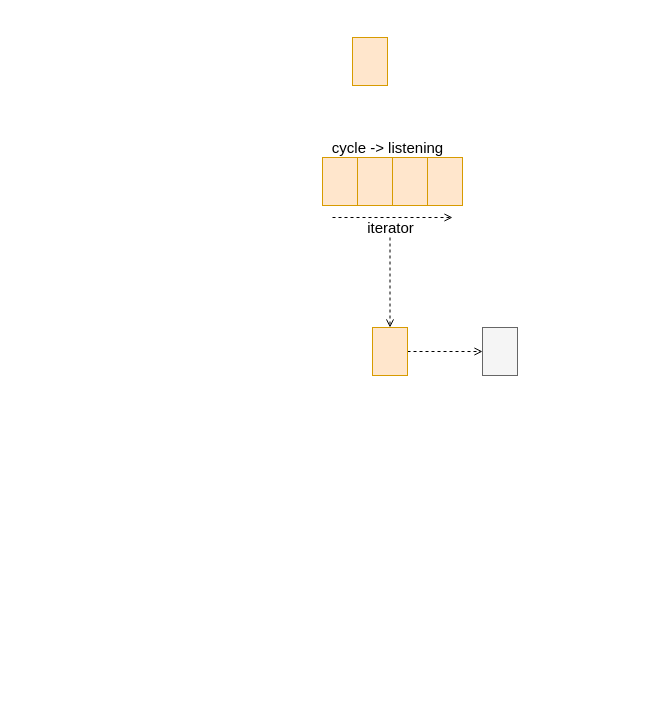
The draw.io diagram page "listening event" (2 of 4) of nginx/ngx_connection.drawio in dovics/draw.io, before the edit. Source tidied: cells renumbered, new cells numbered last; positions are measured from the earlier drawing's top-left corner, leaving out a move shared by most shapes. Both pictures are drawn from the tidied source at 100%, with x=0, y=0 at pixel (322, 37).
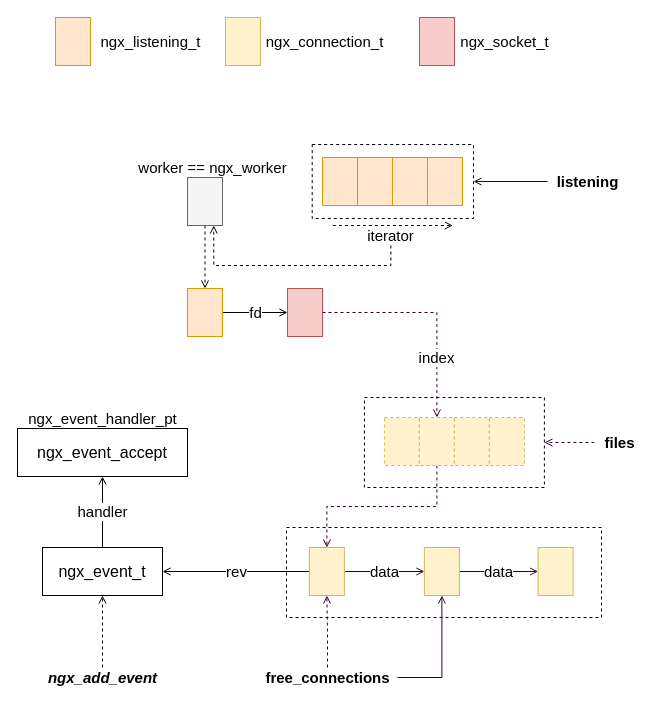
Above is the later version.

Change to the diagram source:
```diff
@@
+    <mxCell id="14" style="rounded=0;whiteSpace=wrap;html=1;strokeWidth=1;fontSize=16;dashed=1;fontFamily=Helvetica;fillColor=none;" parent="1" vertex="1">
+      <mxGeometry x="-36" y="490" width="315" height="90" as="geometry" />
+    </mxCell>
+    <mxCell id="15" style="rounded=0;whiteSpace=wrap;html=1;fontFamily=Helvetica;fontSize=15;strokeWidth=1;fillColor=none;dashed=1;" parent="1" vertex="1">
+      <mxGeometry x="41.9" y="360" width="180" height="90" as="geometry" />
+    </mxCell>
@@
     <mxCell id="6" style="rounded=0;whiteSpace=wrap;html=1;strokeWidth=1;fontSize=16;fillColor=#ffe6cc;strokeColor=#d79b00;" parent="1" vertex="1">
-      <mxGeometry x="30" width="35" height="48" as="geometry" />
+      <mxGeometry x="-267" y="-20" width="35" height="48" as="geometry" />
     </mxCell>
+    <mxCell id="16" style="edgeStyle=orthogonalEdgeStyle;rounded=0;jettySize=auto;html=1;fontFamily=Helvetica;fontSize=15;startArrow=none;startFill=0;endArrow=open;endFill=0;strokeColor=#330033;" parent="1" edge="1" source="7" target="51">
+      <mxGeometry relative="1" as="geometry" />
+    </mxCell>
-    <mxCell id="7" value="cycle -&amp;gt; listening" style="text;html=1;align=center;verticalAlign=middle;points=[];strokeColor=none;fillColor=none;fontSize=15;" parent="1" vertex="1">
-      <mxGeometry y="100" width="130" height="20" as="geometry" />
+    <mxCell id="7" value="listening" style="text;html=1;align=center;verticalAlign=middle;points=[];strokeColor=none;fillColor=none;fontSize=15;fontStyle=1;" parent="1" vertex="1">
+      <mxGeometry x="225" y="134" width="80" height="20" as="geometry" />
     </mxCell>
     <mxCell id="8" style="edgeStyle=segmentEdgeStyle;endArrow=open;html=1;rounded=0;dashed=1;fontSize=15;endFill=0;" parent="1" edge="1">
       <mxGeometry relative="1" as="geometry">
-        <mxPoint x="10" y="180" as="sourcePoint" />
-        <mxPoint x="130" y="180" as="targetPoint" />
+        <mxPoint x="10.4" y="188" as="sourcePoint" />
+        <mxPoint x="130.4" y="188" as="targetPoint" />
       </mxGeometry>
     </mxCell>
-    <mxCell id="9" style="edgeStyle=orthogonalEdgeStyle;rounded=0;jettySize=auto;html=1;exitX=1;exitY=0.5;exitDx=0;exitDy=0;entryX=0;entryY=0.5;entryDx=0;entryDy=0;dashed=1;fontSize=15;endArrow=open;endFill=0;" parent="1" edge="1" source="10" target="13">
-      <mxGeometry relative="1" as="geometry" />
-    </mxCell>
-    <mxCell id="10" style="rounded=0;whiteSpace=wrap;html=1;strokeWidth=1;fontSize=16;strokeColor=#d79b00;fillColor=#ffe6cc;" parent="1" vertex="1">
-      <mxGeometry x="50" y="290" width="35" height="48" as="geometry" />
-    </mxCell>
-    <mxCell id="11" style="edgeStyle=orthogonalEdgeStyle;rounded=0;jettySize=auto;html=1;dashed=1;fontSize=15;endArrow=open;endFill=0;" parent="1" edge="1" source="12" target="10">
+    <mxCell id="11" style="edgeStyle=orthogonalEdgeStyle;rounded=0;jettySize=auto;html=1;dashed=1;fontSize=15;endArrow=open;endFill=0;exitX=0.508;exitY=1;exitDx=0;exitDy=0;exitPerimeter=0;entryX=0.75;entryY=1;entryDx=0;entryDy=0;" parent="1" edge="1" source="12" target="18">
       <mxGeometry relative="1" as="geometry" />
     </mxCell>
     <mxCell id="12" value="iterator" style="text;html=1;align=center;verticalAlign=middle;points=[];strokeColor=none;fillColor=none;fontSize=15;" parent="1" vertex="1">
-      <mxGeometry x="37.5" y="180" width="60" height="20" as="geometry" />
+      <mxGeometry x="37.9" y="188" width="60" height="20" as="geometry" />
     </mxCell>
-    <mxCell id="13" style="rounded=0;whiteSpace=wrap;html=1;strokeWidth=1;fontSize=16;fillColor=#f5f5f5;strokeColor=#666666;fontColor=#333333;" parent="1" vertex="1">
-      <mxGeometry x="160" y="290" width="35" height="48" as="geometry" />
-    </mxCell>
+    <mxCell id="17" style="edgeStyle=orthogonalEdgeStyle;rounded=0;jettySize=auto;html=1;exitX=0.5;exitY=1;exitDx=0;exitDy=0;entryX=0.5;entryY=0;entryDx=0;entryDy=0;endArrow=open;endFill=0;dashed=1;" parent="1" edge="1" source="18" target="20">
+      <mxGeometry relative="1" as="geometry" />
+    </mxCell>
+    <mxCell id="18" style="rounded=0;whiteSpace=wrap;html=1;strokeWidth=1;fontSize=16;fillColor=#f5f5f5;strokeColor=#666666;fontColor=#333333;" parent="1" vertex="1">
+      <mxGeometry x="-135" y="140" width="35" height="48" as="geometry" />
+    </mxCell>
+    <mxCell id="19" value="fd" style="edgeStyle=orthogonalEdgeStyle;rounded=0;jettySize=auto;html=1;exitX=1;exitY=0.5;exitDx=0;exitDy=0;entryX=0;entryY=0.5;entryDx=0;entryDy=0;fontSize=15;endArrow=open;endFill=0;" parent="1" edge="1" source="20" target="23">
+      <mxGeometry relative="1" as="geometry" />
+    </mxCell>
+    <mxCell id="20" style="rounded=0;whiteSpace=wrap;html=1;strokeWidth=1;fontSize=16;fillColor=#ffe6cc;strokeColor=#d79b00;" parent="1" vertex="1">
+      <mxGeometry x="-135" y="251" width="35" height="48" as="geometry" />
+    </mxCell>
+    <mxCell id="21" value="worker == ngx_worker" style="text;html=1;align=center;verticalAlign=middle;strokeColor=none;fillColor=none;fontSize=15;" parent="1" vertex="1">
+      <mxGeometry x="-190" y="120" width="160" height="20" as="geometry" />
+    </mxCell>
+    <mxCell id="22" value="index" style="edgeStyle=orthogonalEdgeStyle;rounded=0;jettySize=auto;html=1;exitX=1;exitY=0.5;exitDx=0;exitDy=0;fontFamily=Helvetica;fontSize=15;startArrow=none;startFill=0;endArrow=open;endFill=0;strokeColor=#330033;dashed=1;entryX=0.5;entryY=0;entryDx=0;entryDy=0;" parent="1" edge="1" source="23" target="46">
+      <mxGeometry x="0.45" relative="1" as="geometry" />
+    </mxCell>
+    <mxCell id="23" style="rounded=0;whiteSpace=wrap;html=1;strokeWidth=1;fontSize=16;fillColor=#f8cecc;strokeColor=#b85450;" parent="1" vertex="1">
+      <mxGeometry x="-35" y="251" width="35" height="48" as="geometry" />
+    </mxCell>
+    <mxCell id="24" value="rev" style="edgeStyle=orthogonalEdgeStyle;rounded=0;jettySize=auto;html=1;exitX=0;exitY=0.5;exitDx=0;exitDy=0;entryX=1;entryY=0.5;entryDx=0;entryDy=0;fontSize=15;endArrow=open;endFill=0;" parent="1" edge="1" source="40" target="29">
+      <mxGeometry relative="1" as="geometry" />
+    </mxCell>
+    <mxCell id="25" style="rounded=0;whiteSpace=wrap;html=1;strokeWidth=1;fontSize=16;fillColor=#fff2cc;strokeColor=#d6b656;" parent="1" vertex="1">
+      <mxGeometry x="-97" y="-20" width="35" height="48" as="geometry" />
+    </mxCell>
+    <mxCell id="26" value="ngx_listening_t" style="text;html=1;align=center;verticalAlign=middle;strokeColor=none;fillColor=none;fontSize=15;" parent="1" vertex="1">
+      <mxGeometry x="-232" y="-6" width="120" height="20" as="geometry" />
+    </mxCell>
+    <mxCell id="27" value="ngx_connection_t" style="text;html=1;align=center;verticalAlign=middle;strokeColor=none;fillColor=none;fontSize=15;" parent="1" vertex="1">
+      <mxGeometry x="-63" y="-6" width="130" height="20" as="geometry" />
+    </mxCell>
+    <mxCell id="28" value="handler" style="edgeStyle=orthogonalEdgeStyle;rounded=0;jettySize=auto;html=1;exitX=0.5;exitY=0;exitDx=0;exitDy=0;entryX=0.5;entryY=1;entryDx=0;entryDy=0;fontSize=15;endArrow=open;endFill=0;" parent="1" edge="1" source="29" target="30">
+      <mxGeometry relative="1" as="geometry" />
+    </mxCell>
+    <mxCell id="29" value="ngx_event_t" style="rounded=0;whiteSpace=wrap;html=1;strokeWidth=1;fontSize=16;" parent="1" vertex="1">
+      <mxGeometry x="-280" y="510" width="120" height="48" as="geometry" />
+    </mxCell>
+    <mxCell id="30" value="ngx_event_accept" style="rounded=0;whiteSpace=wrap;html=1;strokeWidth=1;fontSize=16;" parent="1" vertex="1">
+      <mxGeometry x="-305" y="391" width="170" height="48" as="geometry" />
+    </mxCell>
+    <mxCell id="31" value="ngx_event_handler_pt" style="text;html=1;align=center;verticalAlign=middle;strokeColor=none;fillColor=none;fontSize=15;" parent="1" vertex="1">
+      <mxGeometry x="-300" y="371" width="160" height="20" as="geometry" />
+    </mxCell>
+    <mxCell id="32" style="edgeStyle=orthogonalEdgeStyle;rounded=0;jettySize=auto;html=1;dashed=1;fontSize=15;endArrow=open;endFill=0;entryX=0.5;entryY=1;entryDx=0;entryDy=0;" parent="1" edge="1" source="33" target="29">
+      <mxGeometry relative="1" as="geometry" />
+    </mxCell>
+    <mxCell id="33" value="ngx_add_event" style="text;html=1;align=center;verticalAlign=middle;points=[];strokeColor=none;fillColor=none;fontSize=15;fontStyle=3;" parent="1" vertex="1">
+      <mxGeometry x="-280" y="630" width="120" height="20" as="geometry" />
+    </mxCell>
+    <mxCell id="34" style="rounded=0;whiteSpace=wrap;html=1;strokeWidth=1;fontSize=16;fontFamily=Helvetica;fillColor=#f8cecc;strokeColor=#b85450;" parent="1" vertex="1">
+      <mxGeometry x="97" y="-20" width="35" height="48" as="geometry" />
+    </mxCell>
+    <mxCell id="35" value="ngx_socket_t" style="text;html=1;align=center;verticalAlign=middle;strokeColor=none;fillColor=none;fontSize=15;fontFamily=Helvetica;" parent="1" vertex="1">
+      <mxGeometry x="132" y="-6" width="100" height="20" as="geometry" />
+    </mxCell>
+    <mxCell id="36" style="edgeStyle=orthogonalEdgeStyle;rounded=0;jettySize=auto;html=1;dashed=1;fontFamily=Helvetica;fontSize=15;startArrow=none;startFill=0;endArrow=open;endFill=0;strokeColor=#330033;" parent="1" edge="1" source="38" target="40">
+      <mxGeometry relative="1" as="geometry" />
+    </mxCell>
+    <mxCell id="37" style="edgeStyle=orthogonalEdgeStyle;rounded=0;jettySize=auto;html=1;fontFamily=Helvetica;fontSize=15;startArrow=none;startFill=0;endArrow=open;endFill=0;strokeColor=#330033;entryX=0.5;entryY=1;entryDx=0;entryDy=0;" parent="1" edge="1" source="38" target="42">
+      <mxGeometry relative="1" as="geometry" />
+    </mxCell>
+    <mxCell id="38" value="free_connections" style="text;html=1;align=center;verticalAlign=middle;points=[];strokeColor=none;fillColor=none;fontSize=15;fontFamily=Helvetica;fontStyle=1;" parent="1" vertex="1">
+      <mxGeometry x="-65" y="630" width="140" height="20" as="geometry" />
+    </mxCell>
+    <mxCell id="39" value="data" style="edgeStyle=orthogonalEdgeStyle;rounded=0;jettySize=auto;html=1;exitX=1;exitY=0.5;exitDx=0;exitDy=0;entryX=0;entryY=0.5;entryDx=0;entryDy=0;fontFamily=Helvetica;fontSize=15;startArrow=none;startFill=0;endArrow=open;endFill=0;strokeColor=#330033;" parent="1" edge="1" source="40" target="42">
+      <mxGeometry relative="1" as="geometry" />
+    </mxCell>
+    <mxCell id="40" style="rounded=0;whiteSpace=wrap;html=1;strokeWidth=1;fontSize=16;fillColor=#fff2cc;strokeColor=#d6b656;" parent="1" vertex="1">
+      <mxGeometry x="-13.1" y="510" width="35" height="48" as="geometry" />
+    </mxCell>
+    <mxCell id="41" value="data" style="edgeStyle=orthogonalEdgeStyle;rounded=0;jettySize=auto;html=1;exitX=1;exitY=0.5;exitDx=0;exitDy=0;entryX=0;entryY=0.5;entryDx=0;entryDy=0;fontFamily=Helvetica;fontSize=15;startArrow=none;startFill=0;endArrow=open;endFill=0;strokeColor=#330033;" parent="1" edge="1" source="42" target="43">
+      <mxGeometry relative="1" as="geometry" />
+    </mxCell>
+    <mxCell id="42" style="rounded=0;whiteSpace=wrap;html=1;strokeWidth=1;fontSize=16;fillColor=#fff2cc;strokeColor=#d6b656;" parent="1" vertex="1">
+      <mxGeometry x="101.9" y="510" width="35" height="48" as="geometry" />
+    </mxCell>
+    <mxCell id="43" style="rounded=0;whiteSpace=wrap;html=1;strokeWidth=1;fontSize=16;fillColor=#fff2cc;strokeColor=#d6b656;" parent="1" vertex="1">
+      <mxGeometry x="215.6" y="510" width="35" height="48" as="geometry" />
+    </mxCell>
+    <mxCell id="44" style="rounded=0;whiteSpace=wrap;html=1;strokeWidth=1;fontSize=16;fillColor=#fff2cc;strokeColor=#d6b656;dashed=1;" parent="1" vertex="1">
+      <mxGeometry x="61.9" y="380" width="35" height="48" as="geometry" />
+    </mxCell>
+    <mxCell id="45" style="edgeStyle=orthogonalEdgeStyle;rounded=0;jettySize=auto;html=1;exitX=0.5;exitY=1;exitDx=0;exitDy=0;dashed=1;fontFamily=Helvetica;fontSize=15;startArrow=none;startFill=0;endArrow=open;endFill=0;strokeColor=#330033;" parent="1" edge="1" source="46" target="40">
+      <mxGeometry relative="1" as="geometry" />
+    </mxCell>
+    <mxCell id="46" style="rounded=0;whiteSpace=wrap;html=1;strokeWidth=1;fontSize=16;fillColor=#fff2cc;strokeColor=#d6b656;dashed=1;" parent="1" vertex="1">
+      <mxGeometry x="96.9" y="380" width="35" height="48" as="geometry" />
+    </mxCell>
+    <mxCell id="47" style="rounded=0;whiteSpace=wrap;html=1;strokeWidth=1;fontSize=16;fillColor=#fff2cc;strokeColor=#d6b656;dashed=1;" parent="1" vertex="1">
+      <mxGeometry x="131.9" y="380" width="35" height="48" as="geometry" />
+    </mxCell>
+    <mxCell id="48" style="rounded=0;whiteSpace=wrap;html=1;strokeWidth=1;fontSize=16;fillColor=#fff2cc;strokeColor=#d6b656;dashed=1;" parent="1" vertex="1">
+      <mxGeometry x="166.9" y="380" width="35" height="48" as="geometry" />
+    </mxCell>
+    <mxCell id="49" style="edgeStyle=orthogonalEdgeStyle;rounded=0;jettySize=auto;html=1;dashed=1;fontFamily=Helvetica;fontSize=15;startArrow=none;startFill=0;endArrow=open;endFill=0;strokeColor=#330033;entryX=1;entryY=0.5;entryDx=0;entryDy=0;" parent="1" edge="1" source="50" target="15">
+      <mxGeometry relative="1" as="geometry" />
+    </mxCell>
+    <mxCell id="50" value="files" style="text;html=1;align=center;verticalAlign=middle;points=[];strokeColor=none;fillColor=none;fontSize=15;fontFamily=Helvetica;fontStyle=1;" parent="1" vertex="1">
+      <mxGeometry x="271.9" y="395" width="50" height="20" as="geometry" />
+    </mxCell>
+    <mxCell id="51" style="rounded=0;whiteSpace=wrap;html=1;strokeWidth=1;fontSize=16;dashed=1;fontFamily=Helvetica;fillColor=none;" parent="1" vertex="1">
+      <mxGeometry x="-10.3" y="107" width="161.3" height="74" as="geometry" />
+    </mxCell>
```
